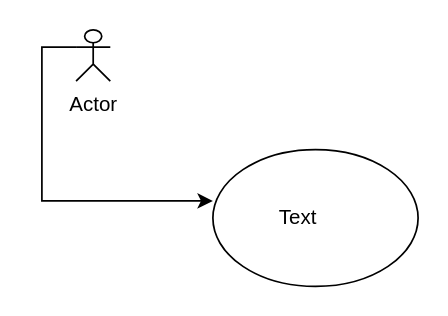
Earlier version of the draw.io diagram Untitled Diagram.drawio (Kp270705/SmartCityWorkflow). Source tidied: cells renumbered, new cells numbered last; positions are measured from the earlier drawing's top-left corner, leaving out a move shared by most shapes. Both pictures are drawn from the tidied source at 171%, with x=0, y=0 at pixel (75, 29).
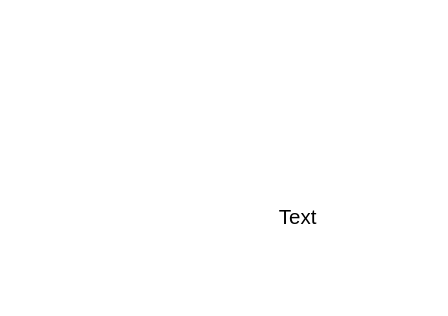
Above is the later version.

Change to the diagram source:
```diff
@@
 <mxGraphModel>
   <root>
     <mxCell id="0" />
     <mxCell id="1" parent="0" />
-    <mxCell id="2" style="edgeStyle=orthogonalEdgeStyle;rounded=0;jettySize=auto;html=1;exitX=0;exitY=0.3333333333333333;exitDx=0;exitDy=0;exitPerimeter=0;entryX=0;entryY=0.375;entryDx=0;entryDy=0;entryPerimeter=0;" parent="1" edge="1" source="3" target="4">
-      <mxGeometry relative="1" as="geometry" />
-    </mxCell>
-    <mxCell id="3" value="Actor" style="shape=umlActor;verticalLabelPosition=bottom;verticalAlign=top;html=1;outlineConnect=0;" parent="1" vertex="1">
-      <mxGeometry width="20" height="30" as="geometry" />
-    </mxCell>
-    <mxCell id="4" style="ellipse;whiteSpace=wrap;html=1;" parent="1" vertex="1">
-      <mxGeometry x="80" y="70" width="120" height="80" as="geometry" />
-    </mxCell>
     <mxCell id="5" value="Text" style="text;html=1;align=center;verticalAlign=middle;whiteSpace=wrap;rounded=0;" parent="1" vertex="1">
       <mxGeometry x="100" y="95" width="60" height="30" as="geometry" />
     </mxCell>
   </root>
 </mxGraphModel>
```
